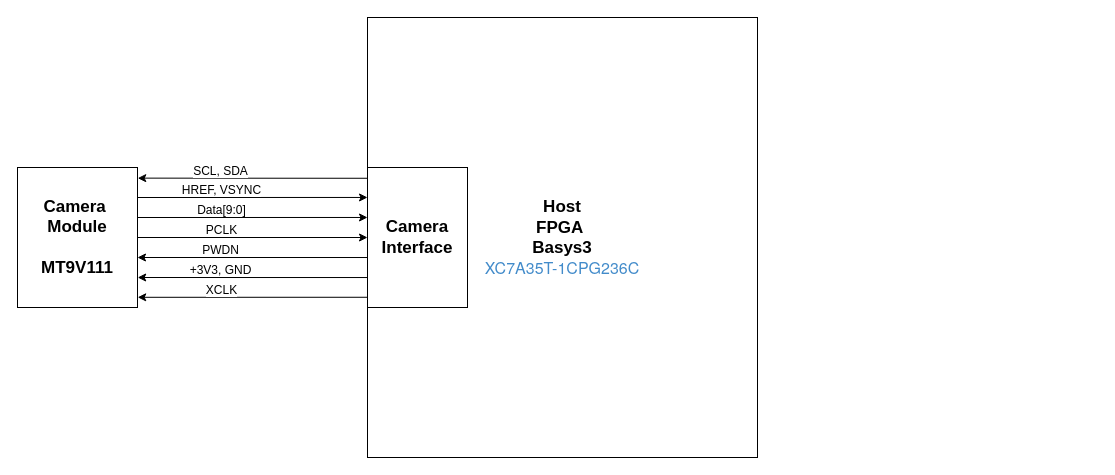
Above: page "DI" (2 of 2) of definition/Generated/Diagrams.drawio in carlosmgj/VICON (draw.io), before the change. Source tidied: cells renumbered, new cells numbered last; positions are measured from the earlier drawing's top-left corner, leaving out a move shared by most shapes. Both pictures are drawn from the tidied source at 100%, with x=0, y=0 at pixel (17, 17).
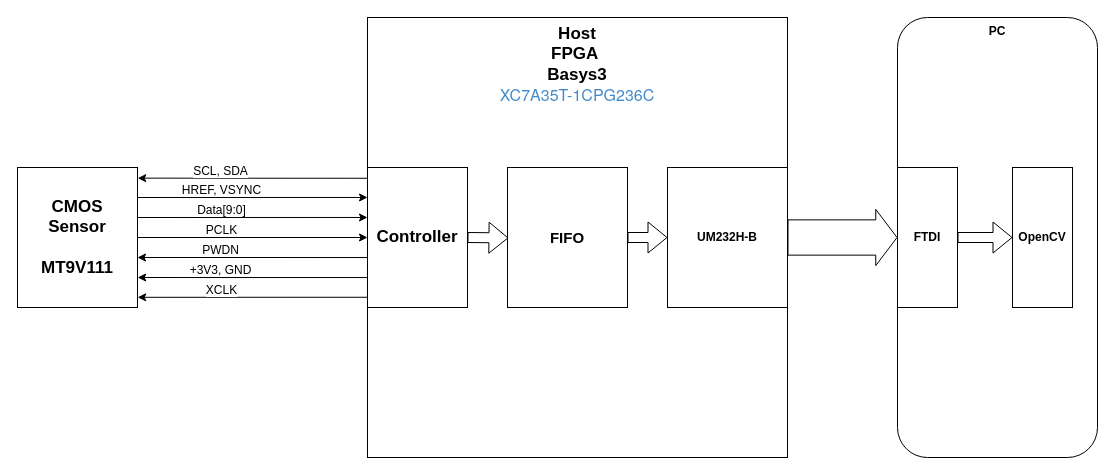
The same diagram, later.

Diff of the diagram source:
```diff
@@
-    <mxCell id="2" value="&lt;span style=&quot;font-size: 17px; font-weight: 700;&quot;&gt;Host&lt;/span&gt;&lt;br style=&quot;font-size: 17px; font-weight: 700;&quot;&gt;&lt;span style=&quot;font-size: 17px; font-weight: 700;&quot;&gt;FPGA&amp;nbsp;&lt;/span&gt;&lt;br style=&quot;font-size: 17px; font-weight: 700;&quot;&gt;&lt;span style=&quot;font-size: 17px; font-weight: 700;&quot;&gt;Basys3&lt;/span&gt;&lt;br style=&quot;font-size: 17px; font-weight: 700;&quot;&gt;&lt;a style=&quot;box-sizing: border-box; background-color: rgb(255, 255, 255); color: rgb(66, 139, 202); text-decoration-line: none; overflow-wrap: break-word; padding-top: 0px; padding-right: 0px; padding-bottom: 0px; font-family: soleil, &amp;quot;Helvetica Neue&amp;quot;, Helvetica, Arial, sans-serif; font-size: 16px; text-align: start; padding-left: 0px !important; background-image: none !important; background-repeat: initial !important; background-position: initial !important; background-size: initial !important; background-attachment: initial !important; background-origin: initial !important; background-clip: initial !important;&quot; rel=&quot;ugc nofollow noopener&quot; title=&quot;https://docs.amd.com/v/u/en-US/ds181_Artix_7_Data_Sheet&quot; target=&quot;_tab&quot; class=&quot;urlextern&quot; href=&quot;https://docs.amd.com/v/u/en-US/ds181_Artix_7_Data_Sheet&quot;&gt;XC7A35T-1CPG236C&lt;/a&gt;" style="rounded=0;whiteSpace=wrap;html=1;fontSize=12;" parent="1" vertex="1">
-      <mxGeometry x="350" width="390" height="440" as="geometry" />
+    <mxCell id="2" value="&lt;span style=&quot;font-size: 17px; font-weight: 700;&quot;&gt;Host&lt;/span&gt;&lt;br style=&quot;font-size: 17px; font-weight: 700;&quot;&gt;&lt;span style=&quot;font-size: 17px; font-weight: 700;&quot;&gt;FPGA&amp;nbsp;&lt;/span&gt;&lt;br style=&quot;font-size: 17px; font-weight: 700;&quot;&gt;&lt;span style=&quot;font-size: 17px; font-weight: 700;&quot;&gt;Basys3&lt;/span&gt;&lt;br style=&quot;font-size: 17px; font-weight: 700;&quot;&gt;&lt;a style=&quot;box-sizing: border-box; background-color: rgb(255, 255, 255); color: rgb(66, 139, 202); text-decoration-line: none; overflow-wrap: break-word; padding-top: 0px; padding-right: 0px; padding-bottom: 0px; font-family: soleil, &amp;quot;Helvetica Neue&amp;quot;, Helvetica, Arial, sans-serif; font-size: 16px; text-align: start; padding-left: 0px !important; background-image: none !important; background-repeat: initial !important; background-position: initial !important; background-size: initial !important; background-attachment: initial !important; background-origin: initial !important; background-clip: initial !important;&quot; rel=&quot;ugc nofollow noopener&quot; title=&quot;https://docs.amd.com/v/u/en-US/ds181_Artix_7_Data_Sheet&quot; target=&quot;_tab&quot; class=&quot;urlextern&quot; href=&quot;https://docs.amd.com/v/u/en-US/ds181_Artix_7_Data_Sheet&quot;&gt;XC7A35T-1CPG236C&lt;/a&gt;" style="rounded=0;whiteSpace=wrap;html=1;fontSize=12;verticalAlign=top;" parent="1" vertex="1">
+      <mxGeometry x="350" width="420" height="440" as="geometry" />
     </mxCell>
-    <mxCell id="3" value="Camera&amp;nbsp;&lt;br style=&quot;font-size: 17px;&quot;&gt;Module&lt;br style=&quot;font-size: 17px;&quot;&gt;&lt;br style=&quot;font-size: 17px;&quot;&gt;MT9V111" style="rounded=0;whiteSpace=wrap;html=1;fontSize=17;fontStyle=1;" parent="1" vertex="1">
+    <mxCell id="3" value="CMOS&lt;div&gt;Sensor&lt;/div&gt;&lt;div&gt;&lt;br style=&quot;font-size: 17px;&quot;&gt;MT9V111&lt;/div&gt;" style="rounded=0;whiteSpace=wrap;html=1;fontSize=17;fontStyle=1;" parent="1" vertex="1">
       <mxGeometry y="150" width="120" height="140" as="geometry" />
     </mxCell>
-    <mxCell id="4" value="Camera &lt;br&gt;Interface" style="rounded=0;whiteSpace=wrap;html=1;fontSize=17;fontStyle=1;" parent="1" vertex="1">
+    <mxCell id="4" value="Controller" style="rounded=0;whiteSpace=wrap;html=1;fontSize=17;fontStyle=1;" parent="1" vertex="1">
       <mxGeometry x="350" y="150" width="100" height="140" as="geometry" />
     </mxCell>
@@
+    <mxCell id="19" value="&lt;b style=&quot;font-size: 15px;&quot;&gt;FIFO&lt;/b&gt;" style="rounded=0;whiteSpace=wrap;html=1;fontSize=15;" parent="1" vertex="1">
+      <mxGeometry x="490" y="150" width="120" height="140" as="geometry" />
+    </mxCell>
+    <mxCell id="20" style="shape=flexArrow;endArrow=classic;html=1;rounded=0;exitX=1;exitY=0.5;exitDx=0;exitDy=0;entryX=0.008;entryY=0.503;entryDx=0;entryDy=0;entryPerimeter=0;" parent="1" edge="1" source="4" target="19">
+      <mxGeometry relative="1" as="geometry" />
+    </mxCell>
+    <mxCell id="21" value="&lt;b&gt;UM232H-B&lt;/b&gt;" style="rounded=0;whiteSpace=wrap;html=1;" parent="1" vertex="1">
+      <mxGeometry x="650" y="150" width="120" height="140" as="geometry" />
+    </mxCell>
+    <mxCell id="22" style="shape=flexArrow;endArrow=classic;html=1;rounded=0;exitX=1;exitY=0.5;exitDx=0;exitDy=0;entryX=0;entryY=0.5;entryDx=0;entryDy=0;" parent="1" edge="1" source="19" target="21">
+      <mxGeometry relative="1" as="geometry" />
+    </mxCell>
+    <mxCell id="23" value="&lt;b&gt;PC&lt;/b&gt;" style="rounded=1;whiteSpace=wrap;html=1;verticalAlign=top;" parent="1" vertex="1">
+      <mxGeometry x="880" width="200" height="440" as="geometry" />
+    </mxCell>
+    <mxCell id="24" style="shape=flexArrow;endArrow=classic;html=1;rounded=0;entryX=0;entryY=0.5;entryDx=0;entryDy=0;exitX=1;exitY=0.5;exitDx=0;exitDy=0;width=35.27777777777778;endSize=6.741666666666666;" parent="1" edge="1" source="21" target="23">
+      <mxGeometry relative="1" as="geometry" />
+    </mxCell>
+    <mxCell id="25" value="&lt;b&gt;FTDI&lt;/b&gt;" style="rounded=0;whiteSpace=wrap;html=1;" parent="1" vertex="1">
+      <mxGeometry x="880" y="150" width="60" height="140" as="geometry" />
+    </mxCell>
+    <mxCell id="26" value="&lt;b&gt;OpenCV&lt;/b&gt;" style="rounded=0;whiteSpace=wrap;html=1;" parent="1" vertex="1">
+      <mxGeometry x="995" y="150" width="60" height="140" as="geometry" />
+    </mxCell>
+    <mxCell id="27" style="shape=flexArrow;endArrow=classic;html=1;rounded=0;exitX=1;exitY=0.5;exitDx=0;exitDy=0;entryX=0;entryY=0.5;entryDx=0;entryDy=0;" parent="1" edge="1" source="25" target="26">
+      <mxGeometry relative="1" as="geometry" />
+    </mxCell>
```
